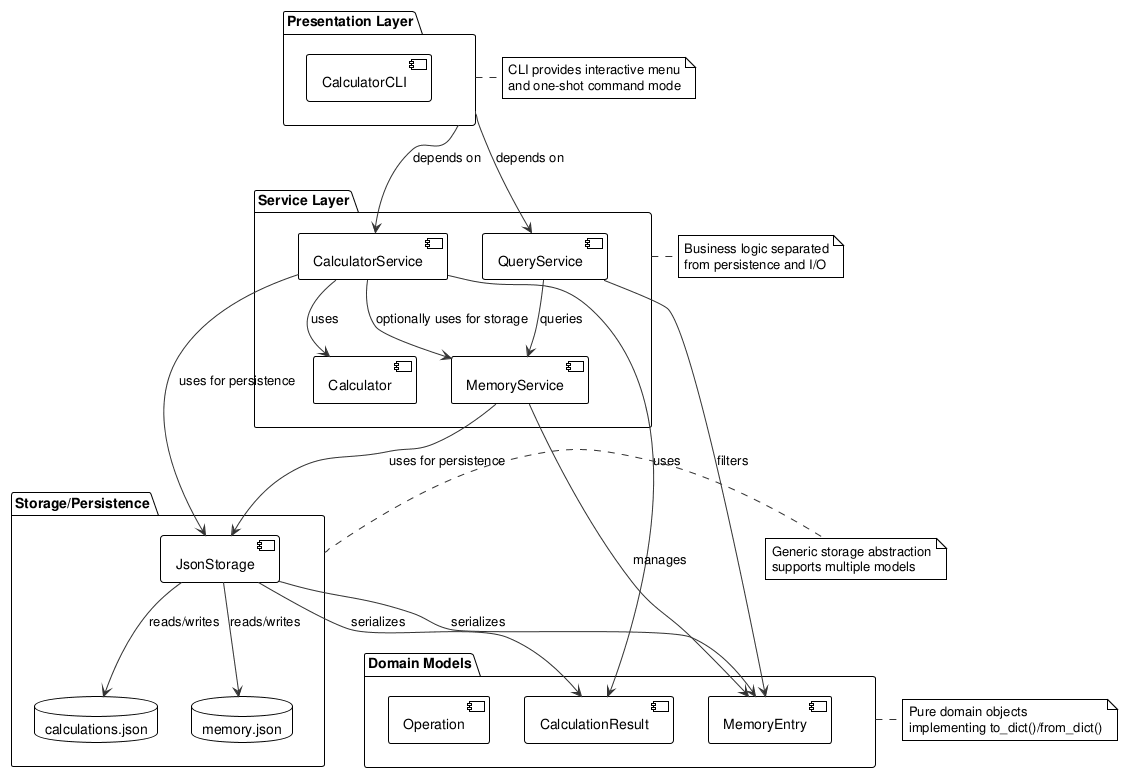
Earlier version of the PlantUML export experiments/broadcast/structured_text/calculator/artifacts/architecture_diagram.png (DanielRiha8906/Software_autoevolution_using_agents).
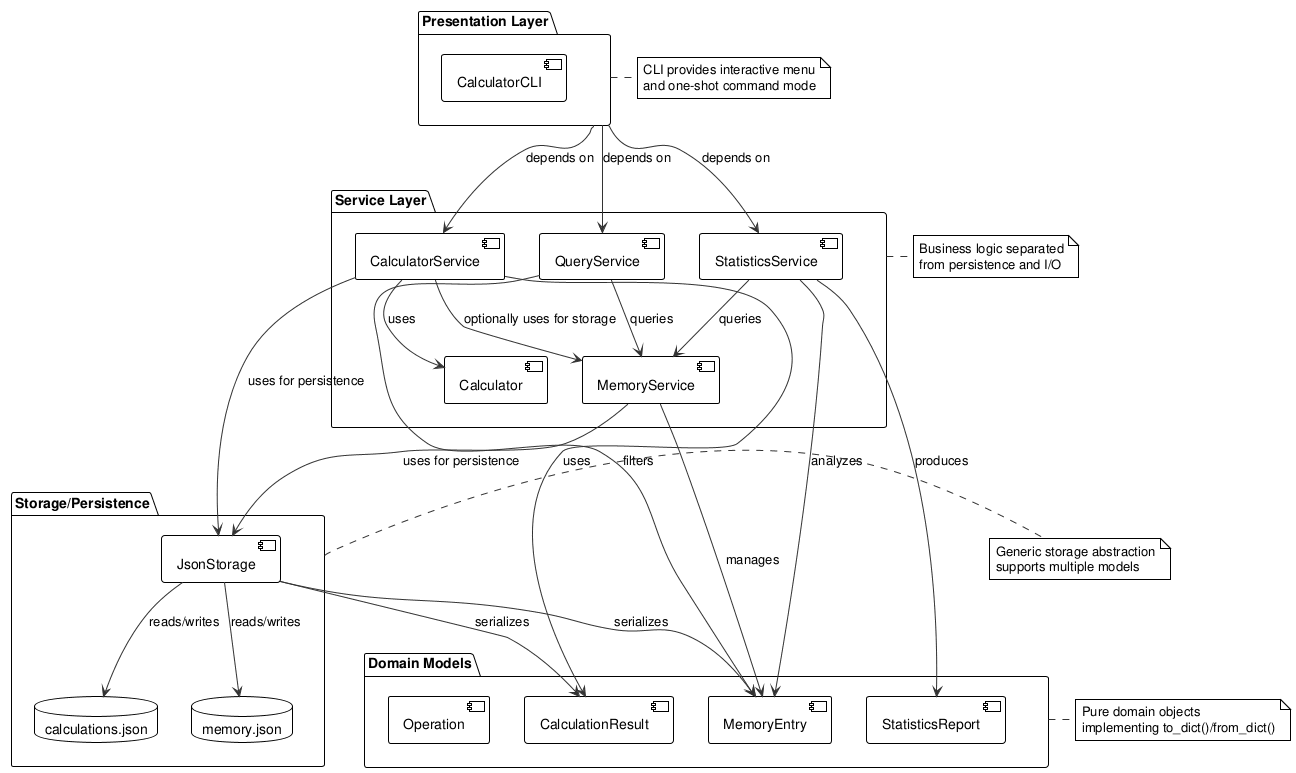
After the commit.

The edit, as a diff of the source:
```diff
@@ -13,6 +13,7 @@
   component "CalculatorService"
   component "MemoryService"
   component "QueryService"
+  component "StatisticsService"
   component "Calculator"
 }
 
@@ -20,6 +21,7 @@
   component "Operation"
   component "CalculationResult"
   component "MemoryEntry"
+  component "StatisticsReport"
 }
 
 package "Storage/Persistence" as Persistence {
@@ -30,6 +32,7 @@
 
 Presentation --> CalculatorService: depends on
 Presentation --> QueryService: depends on
+Presentation --> StatisticsService: depends on
 
 CalculatorService --> Calculator: uses
 CalculatorService --> CalculationResult: uses
@@ -41,6 +44,10 @@
 
 QueryService --> MemoryService: queries
 QueryService --> MemoryEntry: filters
+
+StatisticsService --> MemoryService: queries
+StatisticsService --> MemoryEntry: analyzes
+StatisticsService --> StatisticsReport: produces
 
 JsonStorage --> CalculationResult: serializes
 JsonStorage --> MemoryEntry: serializes
```
